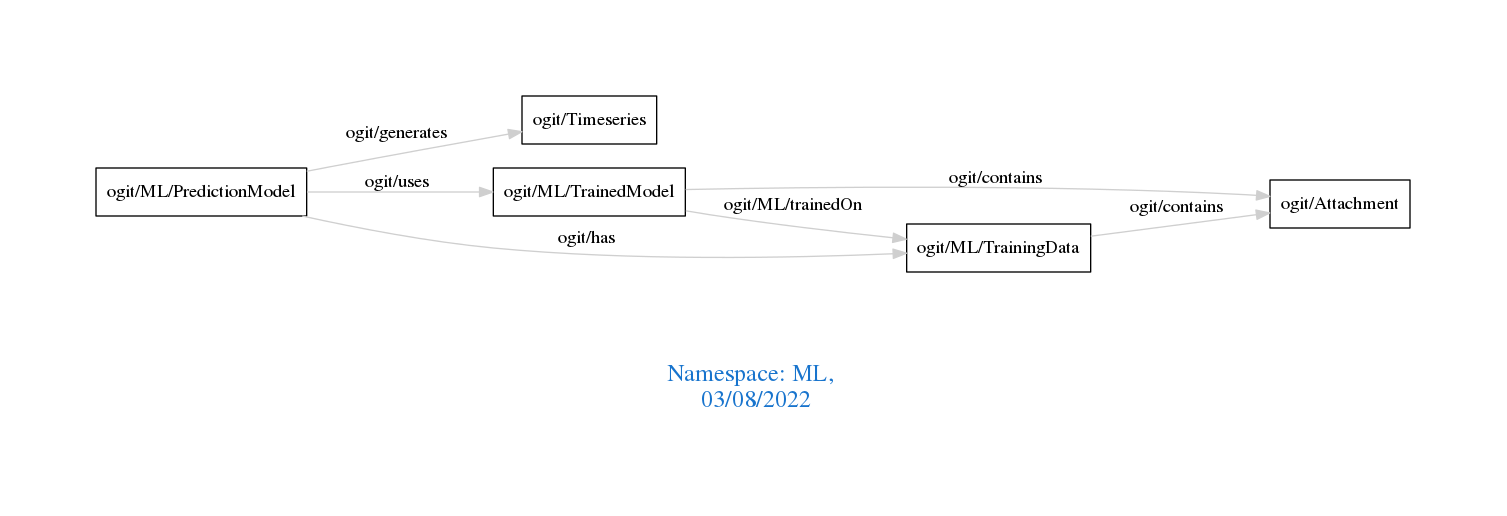
The Graphviz diagram downloads/ML.png in arago/OGIT, before a commit. Its source is kept beside it as downloads/ML.dot.
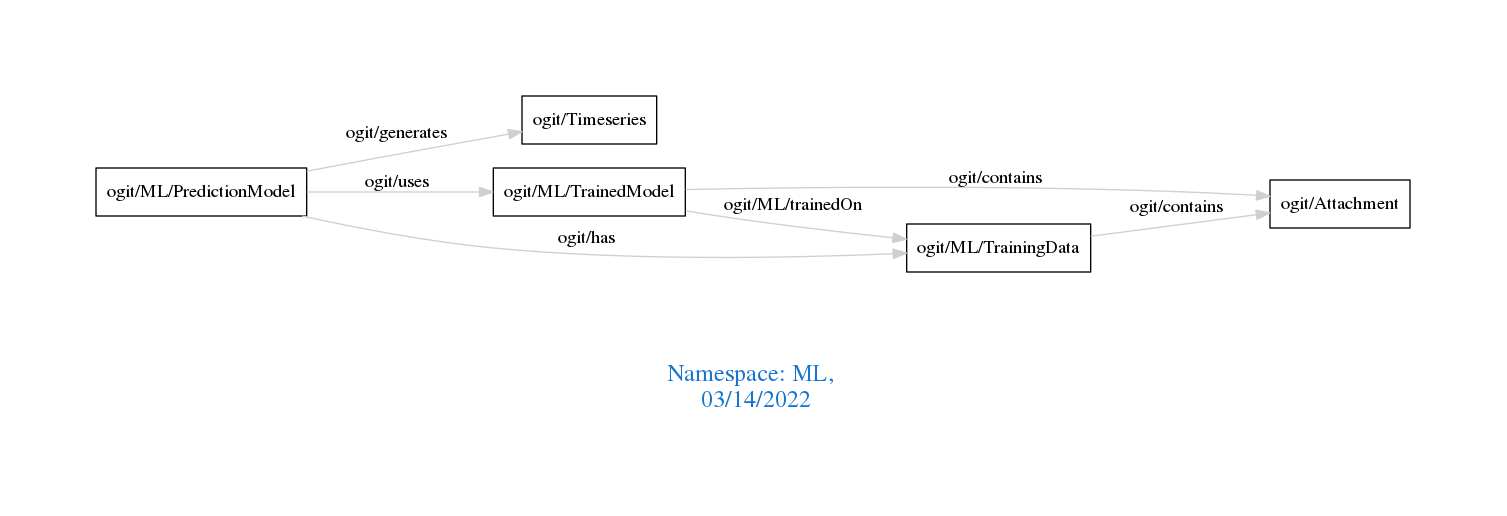
Later version of the same file.

Change to the diagram source:
```diff
@@ -1,7 +1,7 @@
 digraph OGIT_ontology {
  graph [ rankdir= LR,pad=1
 fontsize = 18,
-fontcolor= dodgerblue3,label = "\n\n\nNamespace: ML, \n 03/08/2022"];
+fontcolor= dodgerblue3,label = "\n\n\nNamespace: ML, \n 03/14/2022"];
 node[shape=polygon];
 edge [  color="gray81"];
 
```
